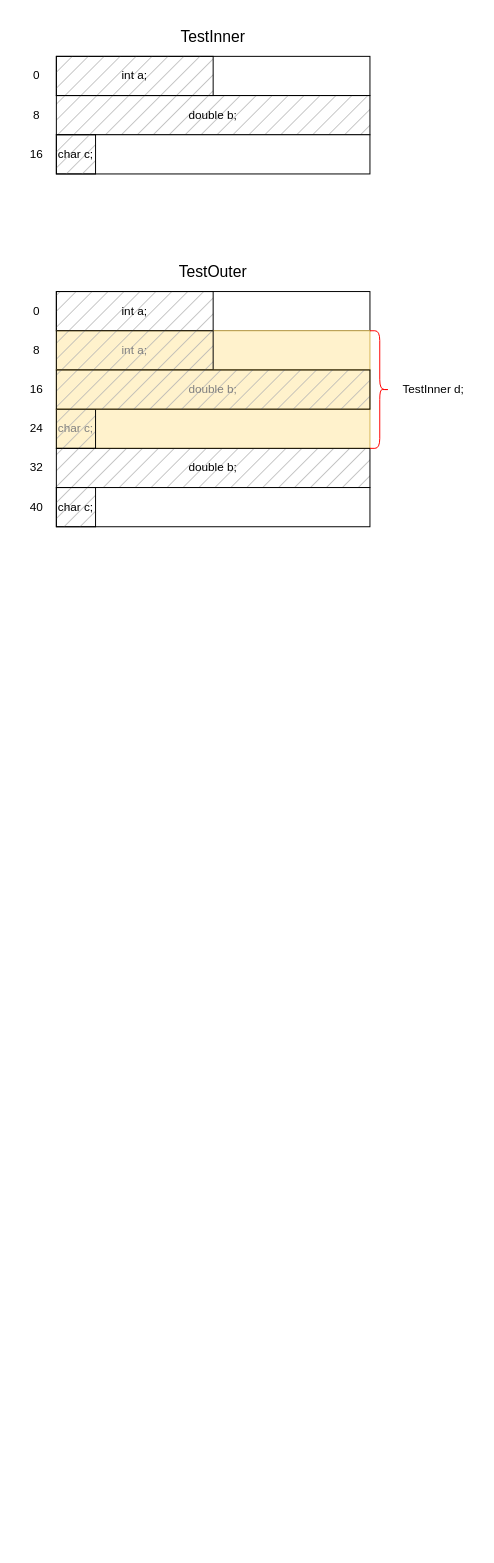
ZiqingYip/moment keeps this draw.io diagram as cplusplus_alignment.drawio. Above is the earlier version. Source tidied: cells renumbered, new cells numbered last; positions are measured from the earlier drawing's top-left corner, leaving out a move shared by most shapes. Both pictures are drawn from the tidied source at 98%, with x=0, y=0 at pixel (17, 17).
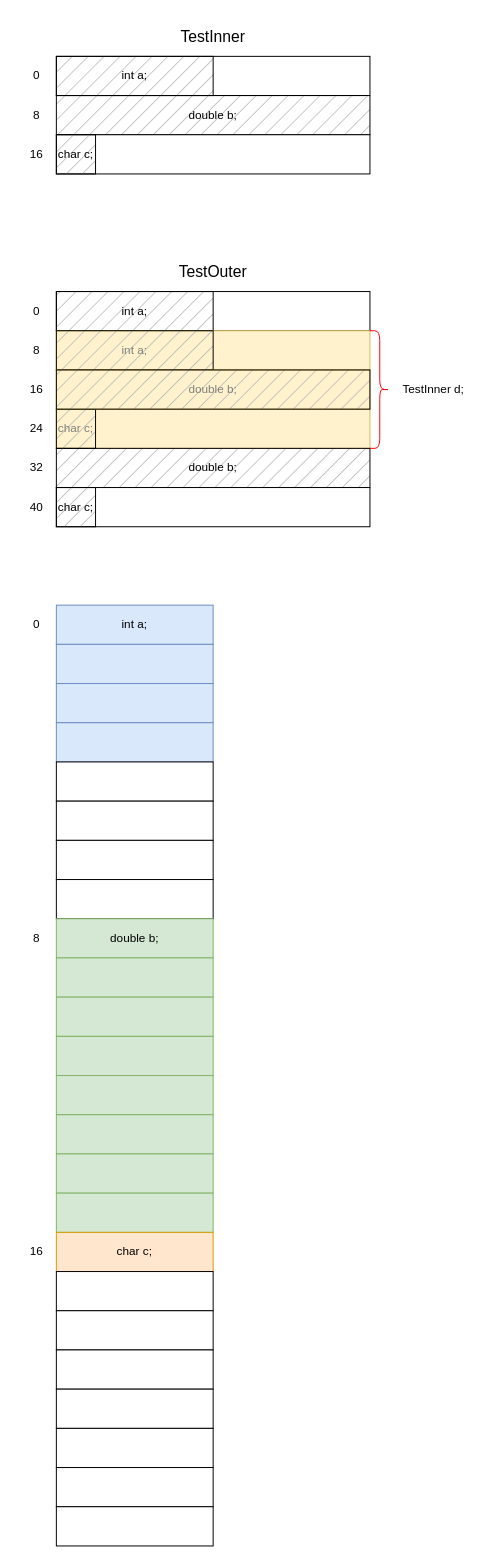
After the change.

Change to the diagram source:
```diff
@@
+    <mxCell id="31" value="int a;" style="rounded=0;whiteSpace=wrap;html=1;fillColor=#dae8fc;strokeColor=#6c8ebf;fillStyle=auto;" parent="1" vertex="1">
+      <mxGeometry x="40" y="600" width="160" height="40" as="geometry" />
+    </mxCell>
+    <mxCell id="32" style="rounded=0;whiteSpace=wrap;html=1;fillColor=#dae8fc;strokeColor=#6c8ebf;fillStyle=auto;" parent="1" vertex="1">
+      <mxGeometry x="40" y="640" width="160" height="40" as="geometry" />
+    </mxCell>
+    <mxCell id="33" style="rounded=0;whiteSpace=wrap;html=1;fillColor=#dae8fc;strokeColor=#6c8ebf;fillStyle=auto;" parent="1" vertex="1">
+      <mxGeometry x="40" y="680" width="160" height="40" as="geometry" />
+    </mxCell>
+    <mxCell id="34" style="rounded=0;whiteSpace=wrap;html=1;fillColor=#dae8fc;strokeColor=#6c8ebf;fillStyle=auto;" parent="1" vertex="1">
+      <mxGeometry x="40" y="720" width="160" height="40" as="geometry" />
+    </mxCell>
+    <mxCell id="35" style="rounded=0;whiteSpace=wrap;html=1;" parent="1" vertex="1">
+      <mxGeometry x="40" y="760" width="160" height="40" as="geometry" />
+    </mxCell>
+    <mxCell id="36" style="rounded=0;whiteSpace=wrap;html=1;" parent="1" vertex="1">
+      <mxGeometry x="40" y="800" width="160" height="40" as="geometry" />
+    </mxCell>
+    <mxCell id="37" style="rounded=0;whiteSpace=wrap;html=1;" parent="1" vertex="1">
+      <mxGeometry x="40" y="840" width="160" height="40" as="geometry" />
+    </mxCell>
+    <mxCell id="38" style="rounded=0;whiteSpace=wrap;html=1;" parent="1" vertex="1">
+      <mxGeometry x="40" y="880" width="160" height="40" as="geometry" />
+    </mxCell>
+    <mxCell id="39" value="double b;" style="rounded=0;whiteSpace=wrap;html=1;fillColor=#d5e8d4;strokeColor=#82b366;" parent="1" vertex="1">
+      <mxGeometry x="40" y="920" width="160" height="40" as="geometry" />
+    </mxCell>
+    <mxCell id="40" style="rounded=0;whiteSpace=wrap;html=1;fillColor=#d5e8d4;strokeColor=#82b366;" parent="1" vertex="1">
+      <mxGeometry x="40" y="960" width="160" height="40" as="geometry" />
+    </mxCell>
+    <mxCell id="41" style="rounded=0;whiteSpace=wrap;html=1;fillColor=#d5e8d4;strokeColor=#82b366;" parent="1" vertex="1">
+      <mxGeometry x="40" y="1000" width="160" height="40" as="geometry" />
+    </mxCell>
+    <mxCell id="42" style="rounded=0;whiteSpace=wrap;html=1;fillColor=#d5e8d4;strokeColor=#82b366;" parent="1" vertex="1">
+      <mxGeometry x="40" y="1040" width="160" height="40" as="geometry" />
+    </mxCell>
+    <mxCell id="43" style="rounded=0;whiteSpace=wrap;html=1;fillColor=#d5e8d4;strokeColor=#82b366;" parent="1" vertex="1">
+      <mxGeometry x="40" y="1080" width="160" height="40" as="geometry" />
+    </mxCell>
+    <mxCell id="44" style="rounded=0;whiteSpace=wrap;html=1;fillColor=#d5e8d4;strokeColor=#82b366;" parent="1" vertex="1">
+      <mxGeometry x="40" y="1120" width="160" height="40" as="geometry" />
+    </mxCell>
+    <mxCell id="45" style="rounded=0;whiteSpace=wrap;html=1;fillColor=#d5e8d4;strokeColor=#82b366;" parent="1" vertex="1">
+      <mxGeometry x="40" y="1160" width="160" height="40" as="geometry" />
+    </mxCell>
+    <mxCell id="46" style="rounded=0;whiteSpace=wrap;html=1;fillColor=#d5e8d4;strokeColor=#82b366;" parent="1" vertex="1">
+      <mxGeometry x="40" y="1200" width="160" height="40" as="geometry" />
+    </mxCell>
+    <mxCell id="47" value="char c;" style="rounded=0;whiteSpace=wrap;html=1;fillColor=#ffe6cc;strokeColor=#d79b00;" parent="1" vertex="1">
+      <mxGeometry x="40" y="1240" width="160" height="40" as="geometry" />
+    </mxCell>
+    <mxCell id="48" style="rounded=0;whiteSpace=wrap;html=1;" parent="1" vertex="1">
+      <mxGeometry x="40" y="1280" width="160" height="40" as="geometry" />
+    </mxCell>
+    <mxCell id="49" style="rounded=0;whiteSpace=wrap;html=1;" parent="1" vertex="1">
+      <mxGeometry x="40" y="1320" width="160" height="40" as="geometry" />
+    </mxCell>
+    <mxCell id="50" style="rounded=0;whiteSpace=wrap;html=1;" parent="1" vertex="1">
+      <mxGeometry x="40" y="1360" width="160" height="40" as="geometry" />
+    </mxCell>
+    <mxCell id="51" style="rounded=0;whiteSpace=wrap;html=1;" parent="1" vertex="1">
+      <mxGeometry x="40" y="1400" width="160" height="40" as="geometry" />
+    </mxCell>
+    <mxCell id="52" style="rounded=0;whiteSpace=wrap;html=1;" parent="1" vertex="1">
+      <mxGeometry x="40" y="1440" width="160" height="40" as="geometry" />
+    </mxCell>
+    <mxCell id="53" style="rounded=0;whiteSpace=wrap;html=1;" parent="1" vertex="1">
+      <mxGeometry x="40" y="1480" width="160" height="40" as="geometry" />
+    </mxCell>
+    <mxCell id="54" style="rounded=0;whiteSpace=wrap;html=1;" parent="1" vertex="1">
+      <mxGeometry x="40" y="1520" width="160" height="40" as="geometry" />
+    </mxCell>
+    <mxCell id="55" value="0" style="text;html=1;strokeColor=none;fillColor=none;align=center;verticalAlign=middle;whiteSpace=wrap;rounded=0;" parent="1" vertex="1">
+      <mxGeometry y="600" width="40" height="40" as="geometry" />
+    </mxCell>
+    <mxCell id="56" value="8" style="text;html=1;strokeColor=none;fillColor=none;align=center;verticalAlign=middle;whiteSpace=wrap;rounded=0;" parent="1" vertex="1">
+      <mxGeometry y="920" width="40" height="40" as="geometry" />
+    </mxCell>
+    <mxCell id="57" value="16" style="text;html=1;strokeColor=none;fillColor=none;align=center;verticalAlign=middle;whiteSpace=wrap;rounded=0;" parent="1" vertex="1">
+      <mxGeometry y="1240" width="40" height="40" as="geometry" />
+    </mxCell>
```
